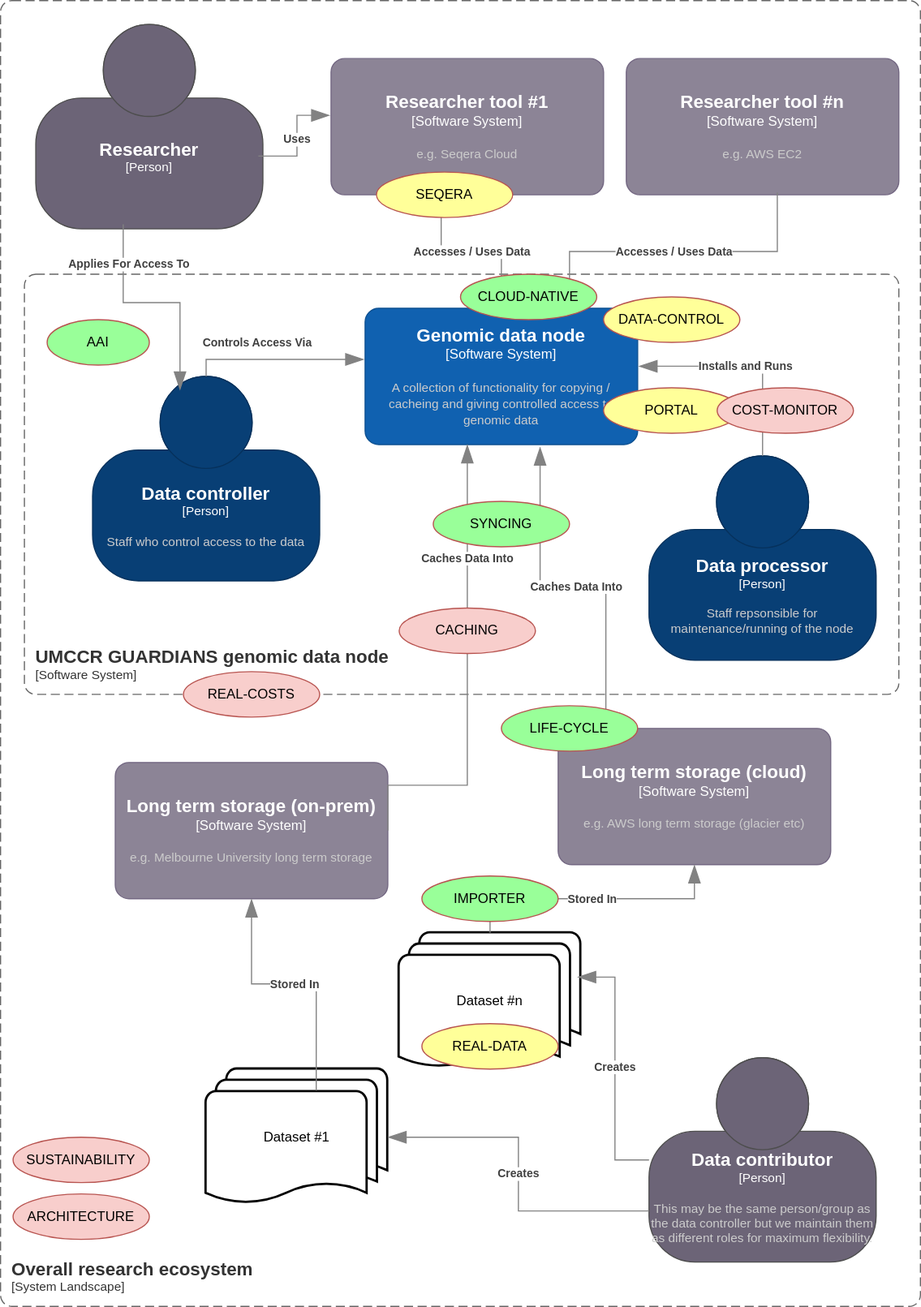
Before: public/diagrams/guardians-overall.drawio.svg, a diagram exported from draw.io (umccr/guardians-doc). Source tidied: cells renumbered, new cells last; positions are measured from the earlier drawing's top-left corner, leaving out a move shared by most shapes.
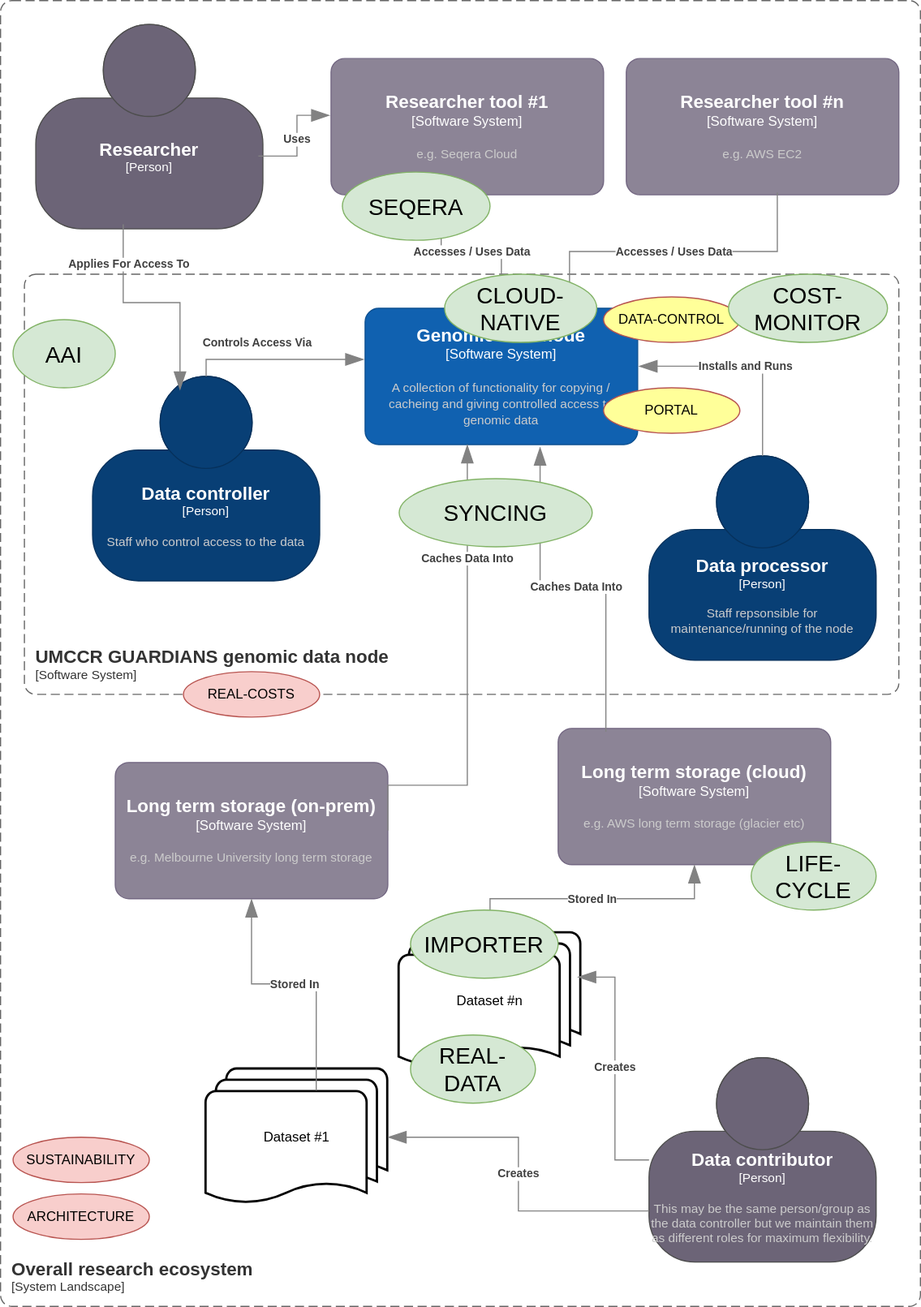
Above is the later version.

Change to the diagram source:
```diff
@@ -1,7 +1,7 @@
 <mxGraphModel>
   <root>
     <mxCell id="0" />
-    <mxCell id="1" parent="0" />
+    <mxCell id="1" value="Base" parent="0" />
     <object id="2" label="&lt;font style=&quot;font-size: 16px&quot;&gt;&lt;b&gt;&lt;div style=&quot;text-align: left&quot;&gt;%c4Name%&lt;/div&gt;&lt;/b&gt;&lt;/font&gt;&lt;div style=&quot;text-align: left&quot;&gt;[%c4Application%]&lt;/div&gt;" c4Application="System Landscape" c4Name="Overall research ecosystem" c4Type="SystemScopeBoundary" placeholders="1">
       <mxCell style="rounded=1;fontSize=11;whiteSpace=wrap;html=1;dashed=1;arcSize=20;fillColor=none;strokeColor=#666666;fontColor=#333333;labelBackgroundColor=none;align=left;verticalAlign=bottom;labelBorderColor=none;spacingTop=0;spacing=10;dashPattern=8 4;perimeter=rectanglePerimeter;noLabel=0;labelPadding=0;absoluteArcSize=1;" parent="1" vertex="1">
         <mxGeometry width="810" height="1150" as="geometry" />
@@ -130,33 +130,12 @@
       </mxCell>
     </object>
     <mxCell id="27" value="Work Items" parent="0" />
-    <mxCell id="28" value="SYNCING" style="ellipse;whiteSpace=wrap;html=1;fillColor=#99FF99;strokeColor=#b85450;" parent="27" vertex="1">
-      <mxGeometry x="381" y="441" width="120" height="40" as="geometry" />
-    </mxCell>
-    <mxCell id="29" value="IMPORTER" style="ellipse;whiteSpace=wrap;html=1;fillColor=#99FF99;strokeColor=#b85450;" parent="27" vertex="1">
-      <mxGeometry x="371" y="771" width="120" height="40" as="geometry" />
-    </mxCell>
     <mxCell id="30" value="PORTAL" style="ellipse;whiteSpace=wrap;html=1;fillColor=#FFFF99;strokeColor=#b85450;" parent="27" vertex="1">
       <mxGeometry x="531" y="341" width="120" height="40" as="geometry" />
     </mxCell>
-    <mxCell id="31" value="REAL-DATA" style="ellipse;whiteSpace=wrap;html=1;fillColor=#FFFF99;strokeColor=#b85450;" parent="27" vertex="1">
-      <mxGeometry x="371" y="901" width="120" height="40" as="geometry" />
-    </mxCell>
-    <mxCell id="32" value="SEQERA" style="ellipse;whiteSpace=wrap;html=1;fillColor=#FFFF99;strokeColor=#b85450;" parent="27" vertex="1">
-      <mxGeometry x="331" y="151" width="120" height="40" as="geometry" />
-    </mxCell>
-    <mxCell id="33" value="COST-MONITOR" style="ellipse;whiteSpace=wrap;html=1;fillColor=#f8cecc;strokeColor=#b85450;" parent="27" vertex="1">
-      <mxGeometry x="631" y="341" width="120" height="40" as="geometry" />
-    </mxCell>
     <mxCell id="34" value="DATA-CONTROL" style="ellipse;whiteSpace=wrap;html=1;fillColor=#FFFF99;strokeColor=#b85450;" parent="27" vertex="1">
       <mxGeometry x="531" y="261" width="120" height="40" as="geometry" />
     </mxCell>
-    <mxCell id="35" value="LIFE-CYCLE" style="ellipse;whiteSpace=wrap;html=1;fillColor=#99FF99;strokeColor=#b85450;" parent="27" vertex="1">
-      <mxGeometry x="441" y="621" width="120" height="40" as="geometry" />
-    </mxCell>
-    <mxCell id="36" value="CLOUD-NATIVE" style="ellipse;whiteSpace=wrap;html=1;fillColor=#99FF99;strokeColor=#b85450;" parent="27" vertex="1">
-      <mxGeometry x="405" y="241" width="120" height="40" as="geometry" />
-    </mxCell>
     <mxCell id="37" value="ARCHITECTURE" style="ellipse;whiteSpace=wrap;html=1;fillColor=#f8cecc;strokeColor=#b85450;" parent="27" vertex="1">
       <mxGeometry x="11" y="1051" width="120" height="40" as="geometry" />
     </mxCell>
@@ -166,11 +145,38 @@
     <mxCell id="39" value="SUSTAINABILITY" style="ellipse;whiteSpace=wrap;html=1;fillColor=#f8cecc;strokeColor=#b85450;" parent="27" vertex="1">
       <mxGeometry x="11" y="1001" width="120" height="40" as="geometry" />
     </mxCell>
-    <mxCell id="40" value="CACHING" style="ellipse;whiteSpace=wrap;html=1;fillColor=#f8cecc;strokeColor=#b85450;" parent="27" vertex="1">
-      <mxGeometry x="351" y="535" width="120" height="40" as="geometry" />
-    </mxCell>
-    <mxCell id="41" value="AAI" style="ellipse;whiteSpace=wrap;html=1;fillColor=#99FF99;strokeColor=#b85450;" parent="27" vertex="1">
-      <mxGeometry x="41" y="281" width="90" height="40" as="geometry" />
-    </mxCell>
+    <mxCell id="42" value="SYNCING" parent="0" />
+    <mxCell id="43" value="SYNCING" style="ellipse;whiteSpace=wrap;html=1;fillColor=#d5e8d4;strokeColor=#82b366;fontSize=20;" parent="42" vertex="1">
+      <mxGeometry x="351" y="421" width="170" height="60" as="geometry" />
+    </mxCell>
+    <mxCell id="44" value="DATA-CONTROL" parent="0" />
+    <mxCell id="45" value="CLOUD-NATIVE" parent="0" />
+    <mxCell id="46" value="CLOUD-NATIVE" style="ellipse;whiteSpace=wrap;html=1;fillColor=#d5e8d4;strokeColor=#82b366;fontSize=20;" parent="45" vertex="1">
+      <mxGeometry x="391" y="241" width="134" height="60" as="geometry" />
+    </mxCell>
+    <mxCell id="47" value="COST-MONITOR" parent="0" />
+    <mxCell id="48" value="COST-MONITOR" style="ellipse;whiteSpace=wrap;html=1;fillColor=#d5e8d4;strokeColor=#82b366;fontSize=20;" parent="47" vertex="1">
+      <mxGeometry x="641" y="241" width="140" height="60" as="geometry" />
+    </mxCell>
+    <mxCell id="49" value="LIFE-CYCLE" parent="0" />
+    <mxCell id="50" value="LIFE-CYCLE" style="ellipse;whiteSpace=wrap;html=1;fillColor=#d5e8d4;strokeColor=#82b366;fontSize=20;" parent="49" vertex="1">
+      <mxGeometry x="661" y="741" width="110" height="60" as="geometry" />
+    </mxCell>
+    <mxCell id="51" value="SEQERA" parent="0" />
+    <mxCell id="52" value="SEQERA" style="ellipse;whiteSpace=wrap;html=1;fillColor=#d5e8d4;strokeColor=#82b366;fontSize=20;" parent="51" vertex="1">
+      <mxGeometry x="301" y="151" width="130" height="60" as="geometry" />
+    </mxCell>
+    <mxCell id="53" value="AAI" parent="0" />
+    <mxCell id="54" value="AAI" style="ellipse;whiteSpace=wrap;html=1;fillColor=#d5e8d4;strokeColor=#82b366;fontSize=20;" parent="53" vertex="1">
+      <mxGeometry x="11" y="281" width="90" height="60" as="geometry" />
+    </mxCell>
+    <mxCell id="55" value="REAL-DATA" parent="0" />
+    <mxCell id="56" value="REAL-DATA" style="ellipse;whiteSpace=wrap;html=1;fillColor=#d5e8d4;strokeColor=#82b366;fontSize=20;" parent="55" vertex="1">
+      <mxGeometry x="361" y="911" width="110" height="60" as="geometry" />
+    </mxCell>
+    <mxCell id="57" value="IMPORTER" parent="0" />
+    <mxCell id="58" value="IMPORTER" style="ellipse;whiteSpace=wrap;html=1;fillColor=#d5e8d4;strokeColor=#82b366;fontSize=20;" parent="57" vertex="1">
+      <mxGeometry x="361" y="801" width="130" height="60" as="geometry" />
+    </mxCell>
   </root>
 </mxGraphModel>
```
